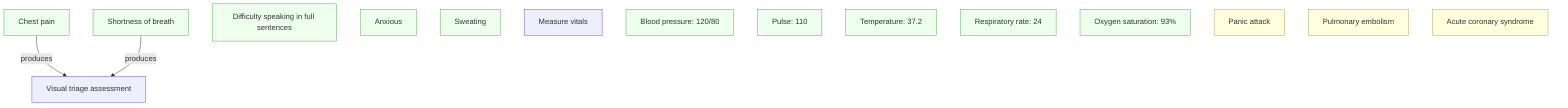
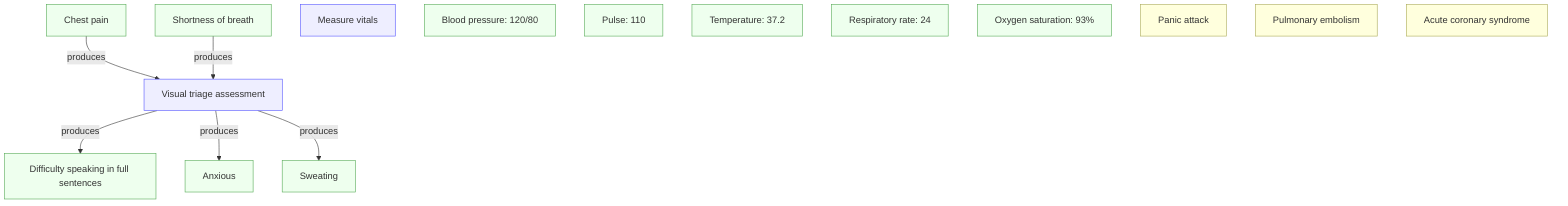
flowchart TD
  O1["Chest pain"]
  O2["Shortness of breath"]

  A1["Visual triage assessment"]
  O6["Difficulty speaking in full sentences"]
  O7["Anxious"]
  O8["Sweating"]

  A2["Measure vitals"]
  O3["Blood pressure: 120/80"]
  O4["Pulse: 110"]
  O5["Temperature: 37.2"]
  O9["Respiratory rate: 24"]
  O10["Oxygen saturation: 93%"]

  O1 -->|produces| A1
  O2 -->|produces| A1

-   A1
- 
+   A1 -->|produces| O6
+   A1 -->|produces| O7
+   A1 -->|produces| O8

  H1["Panic attack"]
  H2["Pulmonary embolism"]
  H3["Acute coronary syndrome"]

  classDef obs fill:#efe,stroke:#5a5;
  classDef action fill:#eef,stroke:#55f;
  classDef hyo fill:#ffd,stroke:#aa5

  class O1 obs
  class O2 obs
  class O3 obs
  class O4 obs
  class O5 obs
  class O6 obs
  class O7 obs
  class O8 obs
  class O9 obs
  class O10 obs
  class A1 action
  class A2 action
  class H1 hyo
  class H2 hyo
  class H3 hyo



